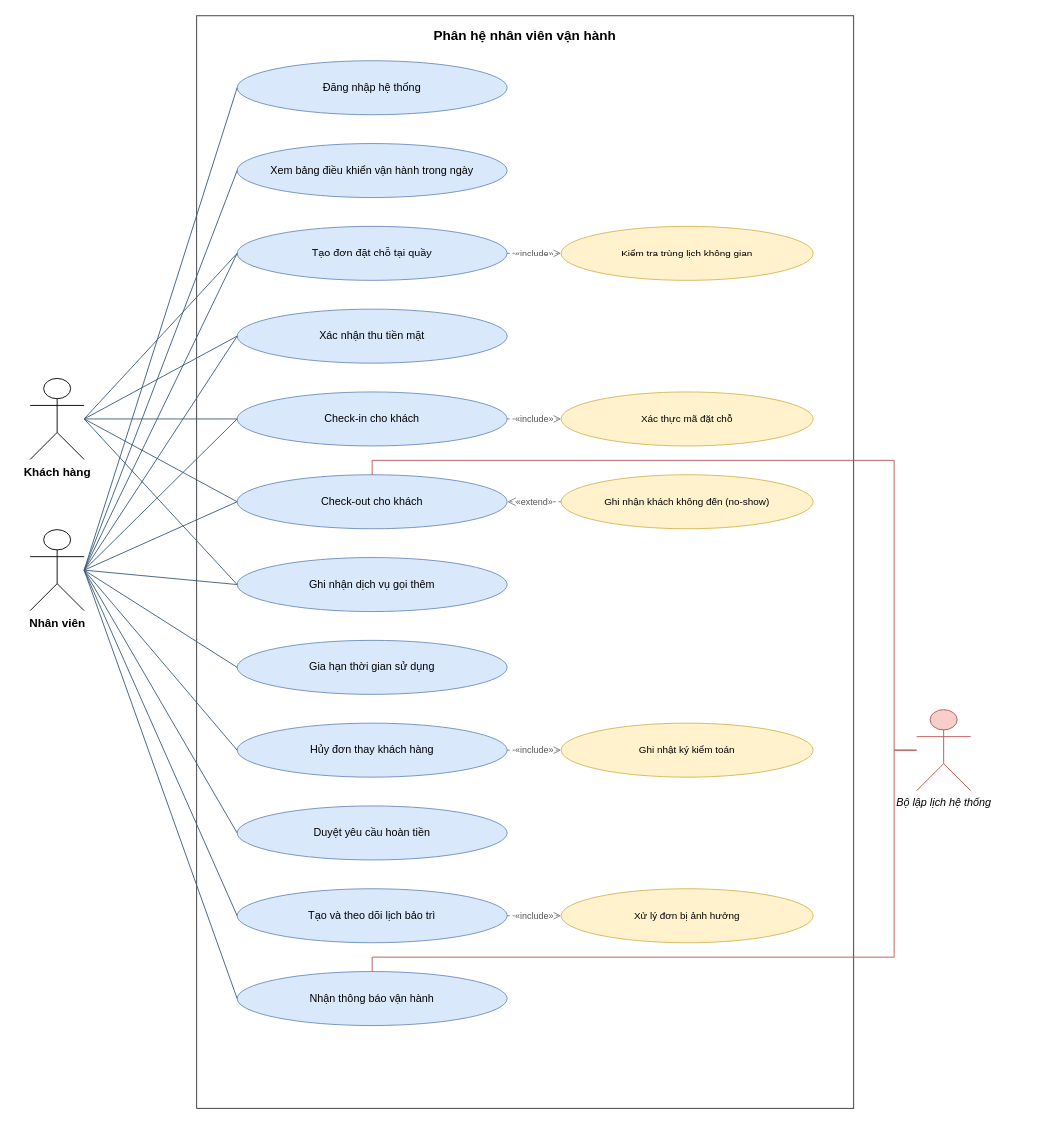
Before: page "Phân hệ nhân viên vận hành" (3 of 5) of report/Images/Chuong5/cospace-usecase.drawio in cospace-team/DATN_CoSpace, a draw.io diagram. Source tidied: cells renumbered, new cells numbered last; positions are measured from the earlier drawing's top-left corner, leaving out a move shared by most shapes. Both pictures are drawn from the tidied source at 90%, with x=0, y=0 at pixel (30, 15).
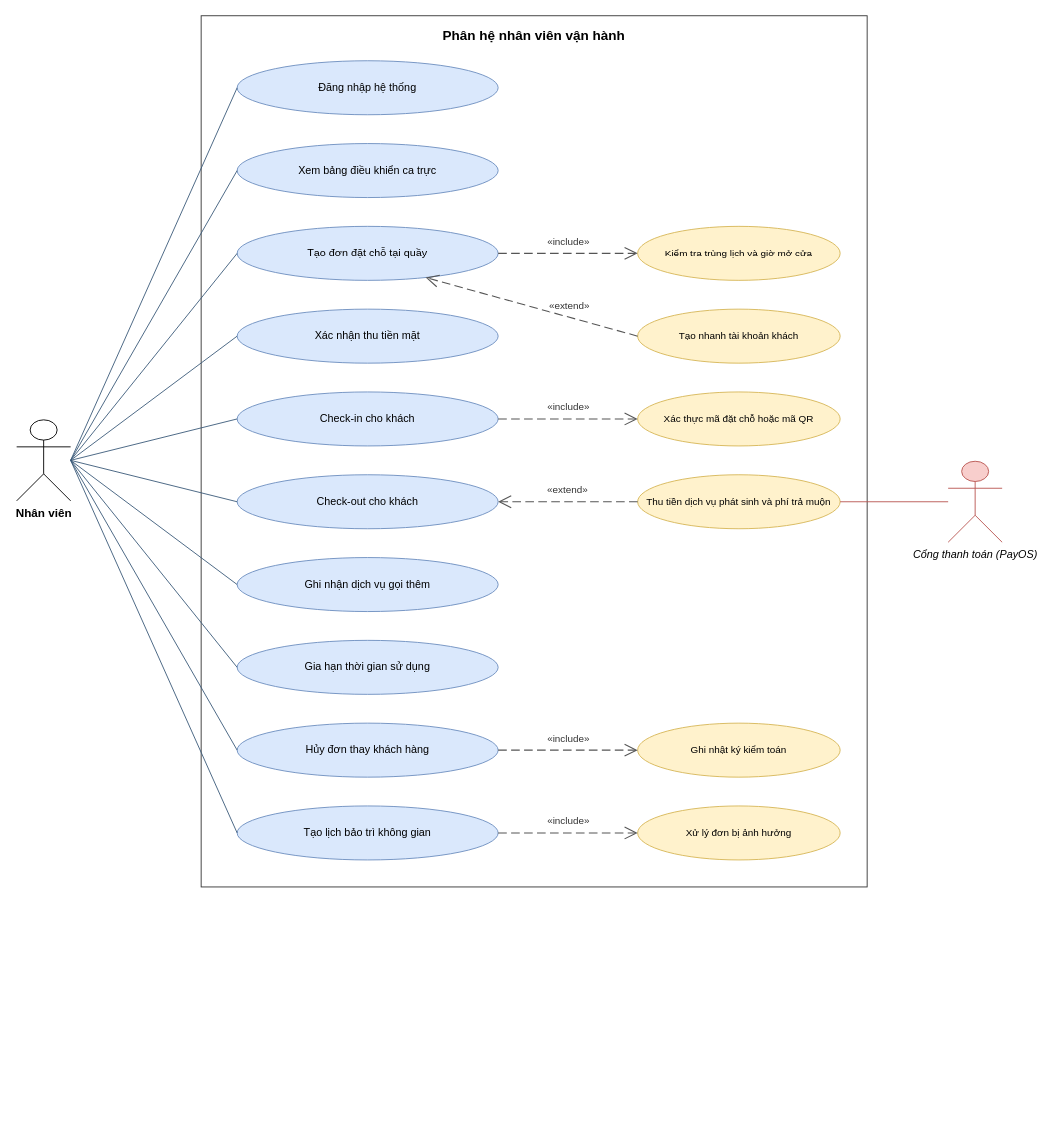
After the change.

The edit, as a diff of the source:
```diff
@@
-    <mxCell id="0" />
+    <mxCell id="47" />
-    <mxCell id="1" parent="0" />
+    <mxCell id="1" parent="47" />
     <mxCell id="2" value="Phân hệ nhân viên vận hành" style="rounded=0;whiteSpace=wrap;html=1;verticalAlign=top;fillColor=none;strokeColor=#333333;fontSize=15;fontStyle=1;spacingTop=6;" parent="1" vertex="1">
-      <mxGeometry x="185" width="730" height="1214" as="geometry" />
+      <mxGeometry x="190" width="740" height="968" as="geometry" />
     </mxCell>
     <mxCell id="3" value="Đăng nhập hệ thống" style="ellipse;whiteSpace=wrap;html=1;fontSize=12;fillColor=#dae8fc;strokeColor=#6c8ebf;" parent="1" vertex="1">
-      <mxGeometry x="230" y="50" width="300" height="60" as="geometry" />
+      <mxGeometry x="230" y="50" width="290" height="60" as="geometry" />
     </mxCell>
-    <mxCell id="4" value="Xem bảng điều khiển vận hành trong ngày" style="ellipse;whiteSpace=wrap;html=1;fontSize=12;fillColor=#dae8fc;strokeColor=#6c8ebf;" parent="1" vertex="1">
-      <mxGeometry x="230" y="142" width="300" height="60" as="geometry" />
-    </mxCell>
+    <mxCell id="48" value="Xem bảng điều khiển ca trực" style="ellipse;whiteSpace=wrap;html=1;fontSize=12;fillColor=#dae8fc;strokeColor=#6c8ebf;" parent="1" vertex="1">
+      <mxGeometry x="230" y="142" width="290" height="60" as="geometry" />
+    </mxCell>
     <mxCell id="5" value="Tạo đơn đặt chỗ tại quầy" style="ellipse;whiteSpace=wrap;html=1;fontSize=12;fillColor=#dae8fc;strokeColor=#6c8ebf;" parent="1" vertex="1">
-      <mxGeometry x="230" y="234" width="300" height="60" as="geometry" />
+      <mxGeometry x="230" y="234" width="290" height="60" as="geometry" />
     </mxCell>
-    <mxCell id="6" value="Kiểm tra trùng lịch không gian" style="ellipse;whiteSpace=wrap;html=1;fontSize=11;fillColor=#fff2cc;strokeColor=#d6b656;dashed=0;" parent="1" vertex="1">
-      <mxGeometry x="590" y="234" width="280" height="60" as="geometry" />
-    </mxCell>
-    <mxCell id="7" value="«include»" style="endArrow=open;endFill=0;endSize=8;dashed=1;html=1;rounded=0;strokeColor=#7f7f7f;fontSize=10;fontColor=#555555;exitX=1;exitY=0.5;exitDx=0;exitDy=0;entryX=0;entryY=0.5;entryDx=0;entryDy=0;" parent="1" edge="1" source="5" target="6">
-      <mxGeometry relative="1" as="geometry" />
-    </mxCell>
+    <mxCell id="49" value="Kiểm tra trùng lịch và giờ mở cửa" style="ellipse;whiteSpace=wrap;html=1;fontSize=11;fillColor=#fff2cc;strokeColor=#d6b656;" parent="1" vertex="1">
+      <mxGeometry x="675" y="234" width="225" height="60" as="geometry" />
+    </mxCell>
     <mxCell id="8" value="Xác nhận thu tiền mặt" style="ellipse;whiteSpace=wrap;html=1;fontSize=12;fillColor=#dae8fc;strokeColor=#6c8ebf;" parent="1" vertex="1">
-      <mxGeometry x="230" y="326" width="300" height="60" as="geometry" />
+      <mxGeometry x="230" y="326" width="290" height="60" as="geometry" />
     </mxCell>
+    <mxCell id="50" value="Tạo nhanh tài khoản khách" style="ellipse;whiteSpace=wrap;html=1;fontSize=11;fillColor=#fff2cc;strokeColor=#d6b656;" parent="1" vertex="1">
+      <mxGeometry x="675" y="326" width="225" height="60" as="geometry" />
+    </mxCell>
     <mxCell id="9" value="Check-in cho khách" style="ellipse;whiteSpace=wrap;html=1;fontSize=12;fillColor=#dae8fc;strokeColor=#6c8ebf;" parent="1" vertex="1">
-      <mxGeometry x="230" y="418" width="300" height="60" as="geometry" />
+      <mxGeometry x="230" y="418" width="290" height="60" as="geometry" />
     </mxCell>
-    <mxCell id="10" value="Xác thực mã đặt chỗ" style="ellipse;whiteSpace=wrap;html=1;fontSize=11;fillColor=#fff2cc;strokeColor=#d6b656;dashed=0;" parent="1" vertex="1">
-      <mxGeometry x="590" y="418" width="280" height="60" as="geometry" />
-    </mxCell>
-    <mxCell id="11" value="«include»" style="endArrow=open;endFill=0;endSize=8;dashed=1;html=1;rounded=0;strokeColor=#7f7f7f;fontSize=10;fontColor=#555555;exitX=1;exitY=0.5;exitDx=0;exitDy=0;entryX=0;entryY=0.5;entryDx=0;entryDy=0;" parent="1" edge="1" source="9" target="10">
-      <mxGeometry relative="1" as="geometry" />
-    </mxCell>
+    <mxCell id="51" value="Xác thực mã đặt chỗ hoặc mã QR" style="ellipse;whiteSpace=wrap;html=1;fontSize=11;fillColor=#fff2cc;strokeColor=#d6b656;" parent="1" vertex="1">
+      <mxGeometry x="675" y="418" width="225" height="60" as="geometry" />
+    </mxCell>
     <mxCell id="12" value="Check-out cho khách" style="ellipse;whiteSpace=wrap;html=1;fontSize=12;fillColor=#dae8fc;strokeColor=#6c8ebf;" parent="1" vertex="1">
-      <mxGeometry x="230" y="510" width="300" height="60" as="geometry" />
+      <mxGeometry x="230" y="510" width="290" height="60" as="geometry" />
     </mxCell>
-    <mxCell id="13" value="Ghi nhận khách không đến (no-show)" style="ellipse;whiteSpace=wrap;html=1;fontSize=11;fillColor=#fff2cc;strokeColor=#d6b656;dashed=0;" parent="1" vertex="1">
-      <mxGeometry x="590" y="510" width="280" height="60" as="geometry" />
-    </mxCell>
-    <mxCell id="14" value="«extend»" style="endArrow=open;endFill=0;endSize=8;dashed=1;html=1;rounded=0;strokeColor=#7f7f7f;fontSize=10;fontColor=#555555;exitX=0;exitY=0.5;exitDx=0;exitDy=0;entryX=1;entryY=0.5;entryDx=0;entryDy=0;" parent="1" edge="1" source="13" target="12">
-      <mxGeometry relative="1" as="geometry" />
-    </mxCell>
+    <mxCell id="52" value="Thu tiền dịch vụ phát sinh và phí trả muộn" style="ellipse;whiteSpace=wrap;html=1;fontSize=11;fillColor=#fff2cc;strokeColor=#d6b656;" parent="1" vertex="1">
+      <mxGeometry x="675" y="510" width="225" height="60" as="geometry" />
+    </mxCell>
     <mxCell id="15" value="Ghi nhận dịch vụ gọi thêm" style="ellipse;whiteSpace=wrap;html=1;fontSize=12;fillColor=#dae8fc;strokeColor=#6c8ebf;" parent="1" vertex="1">
-      <mxGeometry x="230" y="602" width="300" height="60" as="geometry" />
+      <mxGeometry x="230" y="602" width="290" height="60" as="geometry" />
     </mxCell>
     <mxCell id="16" value="Gia hạn thời gian sử dụng" style="ellipse;whiteSpace=wrap;html=1;fontSize=12;fillColor=#dae8fc;strokeColor=#6c8ebf;" parent="1" vertex="1">
-      <mxGeometry x="230" y="694" width="300" height="60" as="geometry" />
+      <mxGeometry x="230" y="694" width="290" height="60" as="geometry" />
     </mxCell>
     <mxCell id="17" value="Hủy đơn thay khách hàng" style="ellipse;whiteSpace=wrap;html=1;fontSize=12;fillColor=#dae8fc;strokeColor=#6c8ebf;" parent="1" vertex="1">
-      <mxGeometry x="230" y="786" width="300" height="60" as="geometry" />
+      <mxGeometry x="230" y="786" width="290" height="60" as="geometry" />
     </mxCell>
-    <mxCell id="18" value="Ghi nhật ký kiểm toán" style="ellipse;whiteSpace=wrap;html=1;fontSize=11;fillColor=#fff2cc;strokeColor=#d6b656;dashed=0;" parent="1" vertex="1">
-      <mxGeometry x="590" y="786" width="280" height="60" as="geometry" />
+    <mxCell id="18" value="Ghi nhật ký kiểm toán" style="ellipse;whiteSpace=wrap;html=1;fontSize=11;fillColor=#fff2cc;strokeColor=#d6b656;" parent="1" vertex="1">
+      <mxGeometry x="675" y="786" width="225" height="60" as="geometry" />
     </mxCell>
-    <mxCell id="19" value="«include»" style="endArrow=open;endFill=0;endSize=8;dashed=1;html=1;rounded=0;strokeColor=#7f7f7f;fontSize=10;fontColor=#555555;exitX=1;exitY=0.5;exitDx=0;exitDy=0;entryX=0;entryY=0.5;entryDx=0;entryDy=0;" parent="1" edge="1" source="17" target="18">
-      <mxGeometry relative="1" as="geometry" />
-    </mxCell>
-    <mxCell id="20" value="Duyệt yêu cầu hoàn tiền" style="ellipse;whiteSpace=wrap;html=1;fontSize=12;fillColor=#dae8fc;strokeColor=#6c8ebf;" parent="1" vertex="1">
-      <mxGeometry x="230" y="878" width="300" height="60" as="geometry" />
-    </mxCell>
-    <mxCell id="21" value="Tạo và theo dõi lịch bảo trì" style="ellipse;whiteSpace=wrap;html=1;fontSize=12;fillColor=#dae8fc;strokeColor=#6c8ebf;" parent="1" vertex="1">
-      <mxGeometry x="230" y="970" width="300" height="60" as="geometry" />
-    </mxCell>
+    <mxCell id="53" value="Tạo lịch bảo trì không gian" style="ellipse;whiteSpace=wrap;html=1;fontSize=12;fillColor=#dae8fc;strokeColor=#6c8ebf;" parent="1" vertex="1">
+      <mxGeometry x="230" y="878" width="290" height="60" as="geometry" />
+    </mxCell>
-    <mxCell id="22" value="Xử lý đơn bị ảnh hưởng" style="ellipse;whiteSpace=wrap;html=1;fontSize=11;fillColor=#fff2cc;strokeColor=#d6b656;dashed=0;" parent="1" vertex="1">
-      <mxGeometry x="590" y="970" width="280" height="60" as="geometry" />
+    <mxCell id="22" value="Xử lý đơn bị ảnh hưởng" style="ellipse;whiteSpace=wrap;html=1;fontSize=11;fillColor=#fff2cc;strokeColor=#d6b656;" parent="1" vertex="1">
+      <mxGeometry x="675" y="878" width="225" height="60" as="geometry" />
     </mxCell>
-    <mxCell id="23" value="«include»" style="endArrow=open;endFill=0;endSize=8;dashed=1;html=1;rounded=0;strokeColor=#7f7f7f;fontSize=10;fontColor=#555555;exitX=1;exitY=0.5;exitDx=0;exitDy=0;entryX=0;entryY=0.5;entryDx=0;entryDy=0;" parent="1" edge="1" source="21" target="22">
-      <mxGeometry relative="1" as="geometry" />
-    </mxCell>
-    <mxCell id="24" value="Nhận thông báo vận hành" style="ellipse;whiteSpace=wrap;html=1;fontSize=12;fillColor=#dae8fc;strokeColor=#6c8ebf;" parent="1" vertex="1">
-      <mxGeometry x="230" y="1062" width="300" height="60" as="geometry" />
-    </mxCell>
     <mxCell id="25" value="Nhân viên" style="shape=umlActor;verticalLabelPosition=bottom;verticalAlign=top;html=1;outlineConnect=0;fontSize=13;fontStyle=1;" parent="1" vertex="1">
-      <mxGeometry y="571" width="60" height="90" as="geometry" />
+      <mxGeometry x="-15" y="449" width="60" height="90" as="geometry" />
     </mxCell>
-    <mxCell id="26" style="endArrow=none;html=1;rounded=0;strokeColor=#3b5b7a;exitX=1;exitY=0.5;exitDx=0;exitDy=0;entryX=0;entryY=0.5;entryDx=0;entryDy=0;" parent="1" edge="1" source="25" target="3">
+    <mxCell id="26" style="endArrow=none;html=1;rounded=0;strokeColor=#3b5b7a;exitX=1;exitY=0.5;exitDx=0;exitDy=0;exitPerimeter=0;entryX=0;entryY=0.5;entryDx=0;entryDy=0;" parent="1" edge="1" source="25" target="3">
       <mxGeometry relative="1" as="geometry" />
     </mxCell>
-    <mxCell id="27" style="endArrow=none;html=1;rounded=0;strokeColor=#3b5b7a;exitX=1;exitY=0.5;exitDx=0;exitDy=0;entryX=0;entryY=0.5;entryDx=0;entryDy=0;" parent="1" edge="1" source="25" target="4">
-      <mxGeometry relative="1" as="geometry" />
-    </mxCell>
+    <mxCell id="54" style="endArrow=none;html=1;rounded=0;strokeColor=#3b5b7a;exitX=1;exitY=0.5;exitDx=0;exitDy=0;exitPerimeter=0;entryX=0;entryY=0.5;entryDx=0;entryDy=0;" parent="1" edge="1" source="25" target="48">
+      <mxGeometry relative="1" as="geometry" />
+    </mxCell>
-    <mxCell id="28" style="endArrow=none;html=1;rounded=0;strokeColor=#3b5b7a;exitX=1;exitY=0.5;exitDx=0;exitDy=0;entryX=0;entryY=0.5;entryDx=0;entryDy=0;" parent="1" edge="1" source="25" target="5">
+    <mxCell id="28" style="endArrow=none;html=1;rounded=0;strokeColor=#3b5b7a;exitX=1;exitY=0.5;exitDx=0;exitDy=0;exitPerimeter=0;entryX=0;entryY=0.5;entryDx=0;entryDy=0;" parent="1" edge="1" source="25" target="5">
       <mxGeometry relative="1" as="geometry" />
     </mxCell>
-    <mxCell id="29" style="endArrow=none;html=1;rounded=0;strokeColor=#3b5b7a;exitX=1;exitY=0.5;exitDx=0;exitDy=0;entryX=0;entryY=0.5;entryDx=0;entryDy=0;" parent="1" edge="1" source="25" target="8">
+    <mxCell id="29" style="endArrow=none;html=1;rounded=0;strokeColor=#3b5b7a;exitX=1;exitY=0.5;exitDx=0;exitDy=0;exitPerimeter=0;entryX=0;entryY=0.5;entryDx=0;entryDy=0;" parent="1" edge="1" source="25" target="8">
       <mxGeometry relative="1" as="geometry" />
     </mxCell>
-    <mxCell id="30" style="endArrow=none;html=1;rounded=0;strokeColor=#3b5b7a;exitX=1;exitY=0.5;exitDx=0;exitDy=0;entryX=0;entryY=0.5;entryDx=0;entryDy=0;" parent="1" edge="1" source="25" target="9">
+    <mxCell id="30" style="endArrow=none;html=1;rounded=0;strokeColor=#3b5b7a;exitX=1;exitY=0.5;exitDx=0;exitDy=0;exitPerimeter=0;entryX=0;entryY=0.5;entryDx=0;entryDy=0;" parent="1" edge="1" source="25" target="9">
       <mxGeometry relative="1" as="geometry" />
     </mxCell>
-    <mxCell id="31" style="endArrow=none;html=1;rounded=0;strokeColor=#3b5b7a;exitX=1;exitY=0.5;exitDx=0;exitDy=0;entryX=0;entryY=0.5;entryDx=0;entryDy=0;" parent="1" edge="1" source="25" target="12">
+    <mxCell id="31" style="endArrow=none;html=1;rounded=0;strokeColor=#3b5b7a;exitX=1;exitY=0.5;exitDx=0;exitDy=0;exitPerimeter=0;entryX=0;entryY=0.5;entryDx=0;entryDy=0;" parent="1" edge="1" source="25" target="12">
       <mxGeometry relative="1" as="geometry" />
     </mxCell>
-    <mxCell id="32" style="endArrow=none;html=1;rounded=0;strokeColor=#3b5b7a;exitX=1;exitY=0.5;exitDx=0;exitDy=0;entryX=0;entryY=0.5;entryDx=0;entryDy=0;" parent="1" edge="1" source="25" target="15">
+    <mxCell id="32" style="endArrow=none;html=1;rounded=0;strokeColor=#3b5b7a;exitX=1;exitY=0.5;exitDx=0;exitDy=0;exitPerimeter=0;entryX=0;entryY=0.5;entryDx=0;entryDy=0;" parent="1" edge="1" source="25" target="15">
       <mxGeometry relative="1" as="geometry" />
     </mxCell>
-    <mxCell id="33" style="endArrow=none;html=1;rounded=0;strokeColor=#3b5b7a;exitX=1;exitY=0.5;exitDx=0;exitDy=0;entryX=0;entryY=0.5;entryDx=0;entryDy=0;" parent="1" edge="1" source="25" target="16">
+    <mxCell id="33" style="endArrow=none;html=1;rounded=0;strokeColor=#3b5b7a;exitX=1;exitY=0.5;exitDx=0;exitDy=0;exitPerimeter=0;entryX=0;entryY=0.5;entryDx=0;entryDy=0;" parent="1" edge="1" source="25" target="16">
       <mxGeometry relative="1" as="geometry" />
     </mxCell>
-    <mxCell id="34" style="endArrow=none;html=1;rounded=0;strokeColor=#3b5b7a;exitX=1;exitY=0.5;exitDx=0;exitDy=0;entryX=0;entryY=0.5;entryDx=0;entryDy=0;" parent="1" edge="1" source="25" target="17">
+    <mxCell id="34" style="endArrow=none;html=1;rounded=0;strokeColor=#3b5b7a;exitX=1;exitY=0.5;exitDx=0;exitDy=0;exitPerimeter=0;entryX=0;entryY=0.5;entryDx=0;entryDy=0;" parent="1" edge="1" source="25" target="17">
       <mxGeometry relative="1" as="geometry" />
     </mxCell>
-    <mxCell id="35" style="endArrow=none;html=1;rounded=0;strokeColor=#3b5b7a;exitX=1;exitY=0.5;exitDx=0;exitDy=0;entryX=0;entryY=0.5;entryDx=0;entryDy=0;" parent="1" edge="1" source="25" target="20">
-      <mxGeometry relative="1" as="geometry" />
-    </mxCell>
-    <mxCell id="36" style="endArrow=none;html=1;rounded=0;strokeColor=#3b5b7a;exitX=1;exitY=0.5;exitDx=0;exitDy=0;entryX=0;entryY=0.5;entryDx=0;entryDy=0;" parent="1" edge="1" source="25" target="21">
-      <mxGeometry relative="1" as="geometry" />
-    </mxCell>
-    <mxCell id="37" style="endArrow=none;html=1;rounded=0;strokeColor=#3b5b7a;exitX=1;exitY=0.5;exitDx=0;exitDy=0;entryX=0;entryY=0.5;entryDx=0;entryDy=0;" parent="1" edge="1" source="25" target="24">
-      <mxGeometry relative="1" as="geometry" />
-    </mxCell>
-    <mxCell id="38" value="Khách hàng" style="shape=umlActor;verticalLabelPosition=bottom;verticalAlign=top;html=1;outlineConnect=0;fontSize=13;fontStyle=1;" parent="1" vertex="1">
-      <mxGeometry y="403" width="60" height="90" as="geometry" />
-    </mxCell>
-    <mxCell id="39" style="endArrow=none;html=1;rounded=0;strokeColor=#3b5b7a;exitX=1;exitY=0.5;exitDx=0;exitDy=0;entryX=0;entryY=0.5;entryDx=0;entryDy=0;" parent="1" edge="1" source="38" target="5">
-      <mxGeometry relative="1" as="geometry" />
-    </mxCell>
-    <mxCell id="40" style="endArrow=none;html=1;rounded=0;strokeColor=#3b5b7a;exitX=1;exitY=0.5;exitDx=0;exitDy=0;entryX=0;entryY=0.5;entryDx=0;entryDy=0;" parent="1" edge="1" source="38" target="8">
-      <mxGeometry relative="1" as="geometry" />
-    </mxCell>
-    <mxCell id="41" style="endArrow=none;html=1;rounded=0;strokeColor=#3b5b7a;exitX=1;exitY=0.5;exitDx=0;exitDy=0;entryX=0;entryY=0.5;entryDx=0;entryDy=0;" parent="1" edge="1" source="38" target="9">
-      <mxGeometry relative="1" as="geometry" />
-    </mxCell>
-    <mxCell id="42" style="endArrow=none;html=1;rounded=0;strokeColor=#3b5b7a;exitX=1;exitY=0.5;exitDx=0;exitDy=0;entryX=0;entryY=0.5;entryDx=0;entryDy=0;" parent="1" edge="1" source="38" target="12">
-      <mxGeometry relative="1" as="geometry" />
-    </mxCell>
-    <mxCell id="43" style="endArrow=none;html=1;rounded=0;strokeColor=#3b5b7a;exitX=1;exitY=0.5;exitDx=0;exitDy=0;entryX=0;entryY=0.5;entryDx=0;entryDy=0;" parent="1" edge="1" source="38" target="15">
-      <mxGeometry relative="1" as="geometry" />
-    </mxCell>
-    <mxCell id="44" value="Bộ lập lịch hệ thống" style="shape=umlActor;verticalLabelPosition=bottom;verticalAlign=top;html=1;outlineConnect=0;fontSize=12;fontStyle=2;strokeColor=#b85450;fillColor=#f8cecc;" parent="1" vertex="1">
-      <mxGeometry x="985" y="771" width="60" height="90" as="geometry" />
-    </mxCell>
-    <mxCell id="45" style="edgeStyle=orthogonalEdgeStyle;endArrow=none;html=1;rounded=0;strokeColor=#b85450;exitX=0;exitY=0.5;exitDx=0;exitDy=0;entryX=0.5;entryY=0;entryDx=0;entryDy=0;" parent="1" edge="1" source="44" target="12">
-      <mxGeometry relative="1" as="geometry">
-        <Array as="points">
-          <mxPoint x="960" y="494" />
-          <mxPoint x="380" y="494" />
-        </Array>
-      </mxGeometry>
-    </mxCell>
-    <mxCell id="46" style="edgeStyle=orthogonalEdgeStyle;endArrow=none;html=1;rounded=0;strokeColor=#b85450;exitX=0;exitY=0.5;exitDx=0;exitDy=0;entryX=0.5;entryY=0;entryDx=0;entryDy=0;" parent="1" edge="1" source="44" target="24">
-      <mxGeometry relative="1" as="geometry">
-        <Array as="points">
-          <mxPoint x="960" y="1046" />
-          <mxPoint x="380" y="1046" />
-        </Array>
-      </mxGeometry>
-    </mxCell>
+    <mxCell id="55" style="endArrow=none;html=1;rounded=0;strokeColor=#3b5b7a;exitX=1;exitY=0.5;exitDx=0;exitDy=0;exitPerimeter=0;entryX=0;entryY=0.5;entryDx=0;entryDy=0;" parent="1" edge="1" source="25" target="53">
+      <mxGeometry relative="1" as="geometry" />
+    </mxCell>
+    <mxCell id="56" value="Cổng thanh toán (PayOS)" style="shape=umlActor;verticalLabelPosition=bottom;verticalAlign=top;html=1;outlineConnect=0;fontSize=12;fontStyle=2;strokeColor=#b85450;fillColor=#f8cecc;" parent="1" vertex="1">
+      <mxGeometry x="1020" y="495" width="60" height="90" as="geometry" />
+    </mxCell>
+    <mxCell id="57" style="endArrow=none;html=1;rounded=0;strokeColor=#b85450;exitX=0;exitY=0.5;exitDx=0;exitDy=0;exitPerimeter=0;entryX=1;entryY=0.5;entryDx=0;entryDy=0;" parent="1" edge="1" source="56" target="52">
+      <mxGeometry relative="1" as="geometry" />
+    </mxCell>
+    <mxCell id="58" value="«include»" style="endArrow=open;endFill=0;endSize=12;dashed=1;dashPattern=8 4;html=1;rounded=0;strokeColor=#555555;strokeWidth=1.2;fontSize=11;fontColor=#333333;labelBackgroundColor=#ffffff;exitX=1;exitY=0.5;exitDx=0;exitDy=0;entryX=0;entryY=0.5;entryDx=0;entryDy=0;" parent="1" edge="1" source="5" target="49">
+      <mxGeometry relative="1" as="geometry">
+        <mxPoint y="-13" as="offset" />
+      </mxGeometry>
+    </mxCell>
+    <mxCell id="59" value="«extend»" style="endArrow=open;endFill=0;endSize=12;dashed=1;dashPattern=8 4;html=1;rounded=0;strokeColor=#555555;strokeWidth=1.2;fontSize=11;fontColor=#333333;labelBackgroundColor=#ffffff;exitX=0;exitY=0.5;exitDx=0;exitDy=0;entryX=0.75;entryY=1;entryDx=0;entryDy=0;" parent="1" edge="1" source="50" target="5">
+      <mxGeometry x="-0.35" relative="1" as="geometry">
+        <mxPoint y="-13" as="offset" />
+      </mxGeometry>
+    </mxCell>
+    <mxCell id="60" value="«include»" style="endArrow=open;endFill=0;endSize=12;dashed=1;dashPattern=8 4;html=1;rounded=0;strokeColor=#555555;strokeWidth=1.2;fontSize=11;fontColor=#333333;labelBackgroundColor=#ffffff;exitX=1;exitY=0.5;exitDx=0;exitDy=0;entryX=0;entryY=0.5;entryDx=0;entryDy=0;" parent="1" edge="1" source="9" target="51">
+      <mxGeometry relative="1" as="geometry">
+        <mxPoint y="-13" as="offset" />
+      </mxGeometry>
+    </mxCell>
+    <mxCell id="61" value="«extend»" style="endArrow=open;endFill=0;endSize=12;dashed=1;dashPattern=8 4;html=1;rounded=0;strokeColor=#555555;strokeWidth=1.2;fontSize=11;fontColor=#333333;labelBackgroundColor=#ffffff;exitX=0;exitY=0.5;exitDx=0;exitDy=0;entryX=1;entryY=0.5;entryDx=0;entryDy=0;" parent="1" edge="1" source="52" target="12">
+      <mxGeometry relative="1" as="geometry">
+        <mxPoint y="-13" as="offset" />
+      </mxGeometry>
+    </mxCell>
+    <mxCell id="19" value="«include»" style="endArrow=open;endFill=0;endSize=12;dashed=1;dashPattern=8 4;html=1;rounded=0;strokeColor=#555555;strokeWidth=1.2;fontSize=11;fontColor=#333333;labelBackgroundColor=#ffffff;exitX=1;exitY=0.5;exitDx=0;exitDy=0;entryX=0;entryY=0.5;entryDx=0;entryDy=0;" parent="1" edge="1" source="17" target="18">
+      <mxGeometry relative="1" as="geometry">
+        <mxPoint y="-13" as="offset" />
+      </mxGeometry>
+    </mxCell>
+    <mxCell id="62" value="«include»" style="endArrow=open;endFill=0;endSize=12;dashed=1;dashPattern=8 4;html=1;rounded=0;strokeColor=#555555;strokeWidth=1.2;fontSize=11;fontColor=#333333;labelBackgroundColor=#ffffff;exitX=1;exitY=0.5;exitDx=0;exitDy=0;entryX=0;entryY=0.5;entryDx=0;entryDy=0;" parent="1" edge="1" source="53" target="22">
+      <mxGeometry relative="1" as="geometry">
+        <mxPoint y="-13" as="offset" />
+      </mxGeometry>
+    </mxCell>
```
